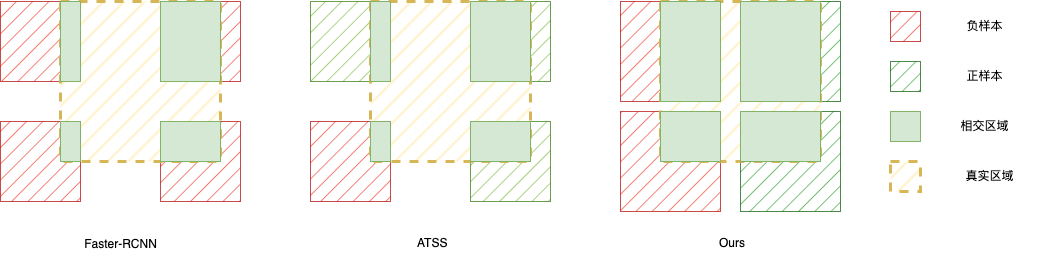
Above: all_label_assign.png in johnran103/diagrams (draw.io), before the change. Source tidied: cells renumbered, new cells last; positions are measured from the earlier drawing's top-left corner, leaving out a move shared by most shapes.
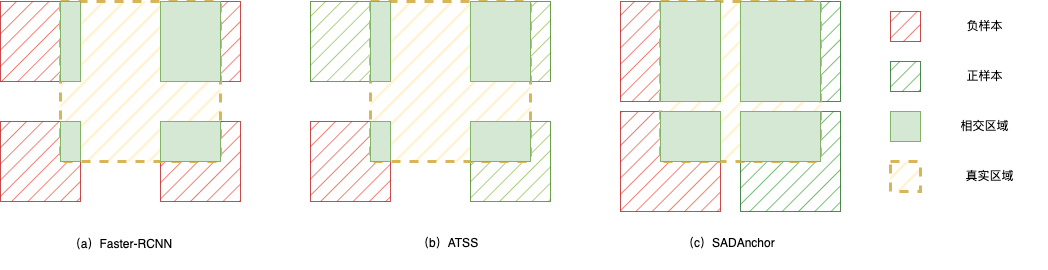
Later version of the same file.

What changed in the source:
```diff
@@ -107,14 +107,14 @@
     <mxCell id="36" value="真实区域" style="text;html=1;strokeColor=none;fillColor=none;align=center;verticalAlign=middle;whiteSpace=wrap;rounded=0;" parent="1" vertex="1">
       <mxGeometry x="932" y="166" width="115.3" height="18" as="geometry" />
     </mxCell>
-    <mxCell id="37" value="Faster-RCNN" style="text;html=1;align=center;verticalAlign=middle;strokeColor=none;fillColor=none;" parent="1" vertex="1">
-      <mxGeometry x="70" y="228" width="100" height="30" as="geometry" />
+    <mxCell id="37" value="（a）Faster-RCNN" style="text;html=1;align=center;verticalAlign=middle;strokeColor=none;fillColor=none;" parent="1" vertex="1">
+      <mxGeometry x="55" y="228" width="130" height="30" as="geometry" />
     </mxCell>
-    <mxCell id="38" value="ATSS" style="text;whiteSpace=wrap;fontSize=12;" parent="1" vertex="1">
+    <mxCell id="38" value="（b）ATSS" style="text;whiteSpace=wrap;fontSize=12;" parent="1" vertex="1">
       <mxGeometry x="415" y="228" width="70" height="40" as="geometry" />
     </mxCell>
-    <mxCell id="39" value="Ours" style="text;whiteSpace=wrap;fontSize=12;" parent="1" vertex="1">
-      <mxGeometry x="717" y="228" width="70" height="40" as="geometry" />
+    <mxCell id="39" value="（c）SADAnchor" style="text;whiteSpace=wrap;fontSize=12;" parent="1" vertex="1">
+      <mxGeometry x="680" y="228" width="97" height="40" as="geometry" />
     </mxCell>
   </root>
 </mxGraphModel>
```
